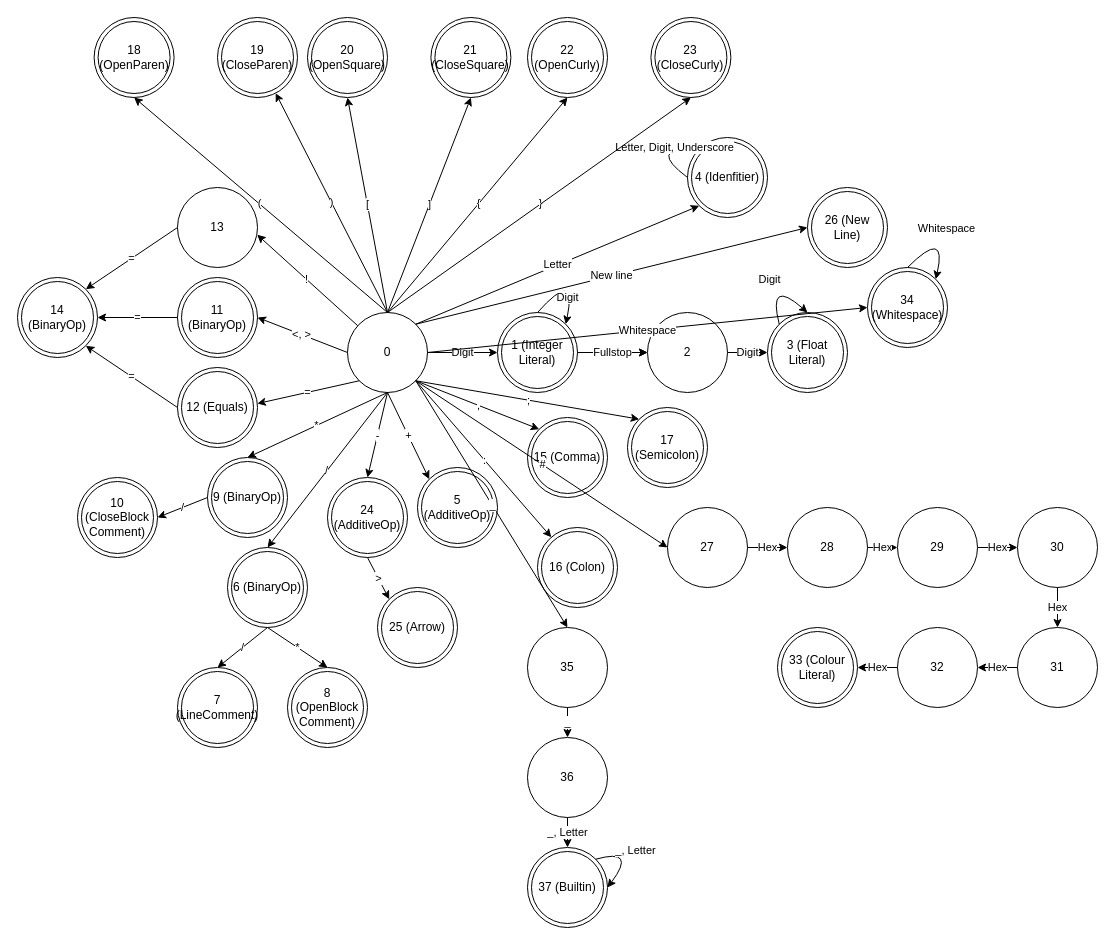
Alan-Grech295/compiler keeps this draw.io diagram as Lexer FSA.drawio. Above is the earlier version. Source tidied: cells renumbered, new cells numbered last; positions are measured from the earlier drawing's top-left corner, leaving out a move shared by most shapes. Both pictures are drawn from the tidied source at 100%, with x=0, y=0 at pixel (17, 17).
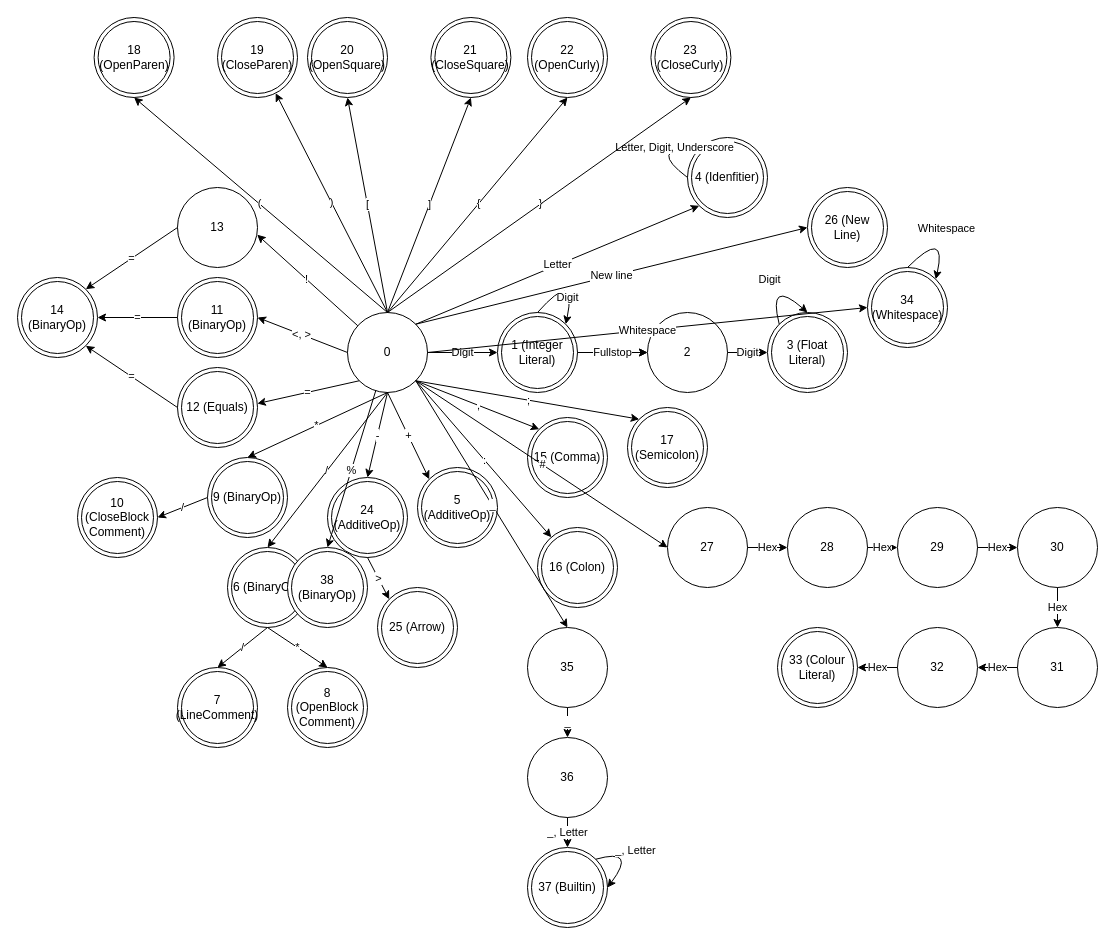
Above is the later version.

Unchanged cells that the change refers to:
```xml
<mxCell id="2" value="0" style="ellipse;whiteSpace=wrap;html=1;" parent="1" vertex="1">
  <mxGeometry x="330" y="295" width="80" height="80" as="geometry" />
</mxCell>
```

The edit, as a diff of the source:
```diff
@@
+    <mxCell id="85" value="%" style="endArrow=classic;html=1;rounded=0;entryX=0.5;entryY=0;entryDx=0;entryDy=0;" parent="1" edge="1" source="2" target="86">
+      <mxGeometry x="0.01" relative="1" as="geometry" />
+    </mxCell>
+    <mxCell id="86" value="38 (BinaryOp)" style="ellipse;shape=doubleEllipse;whiteSpace=wrap;html=1;" parent="1" vertex="1">
+      <mxGeometry x="270" y="530" width="80" height="80" as="geometry" />
+    </mxCell>
```
